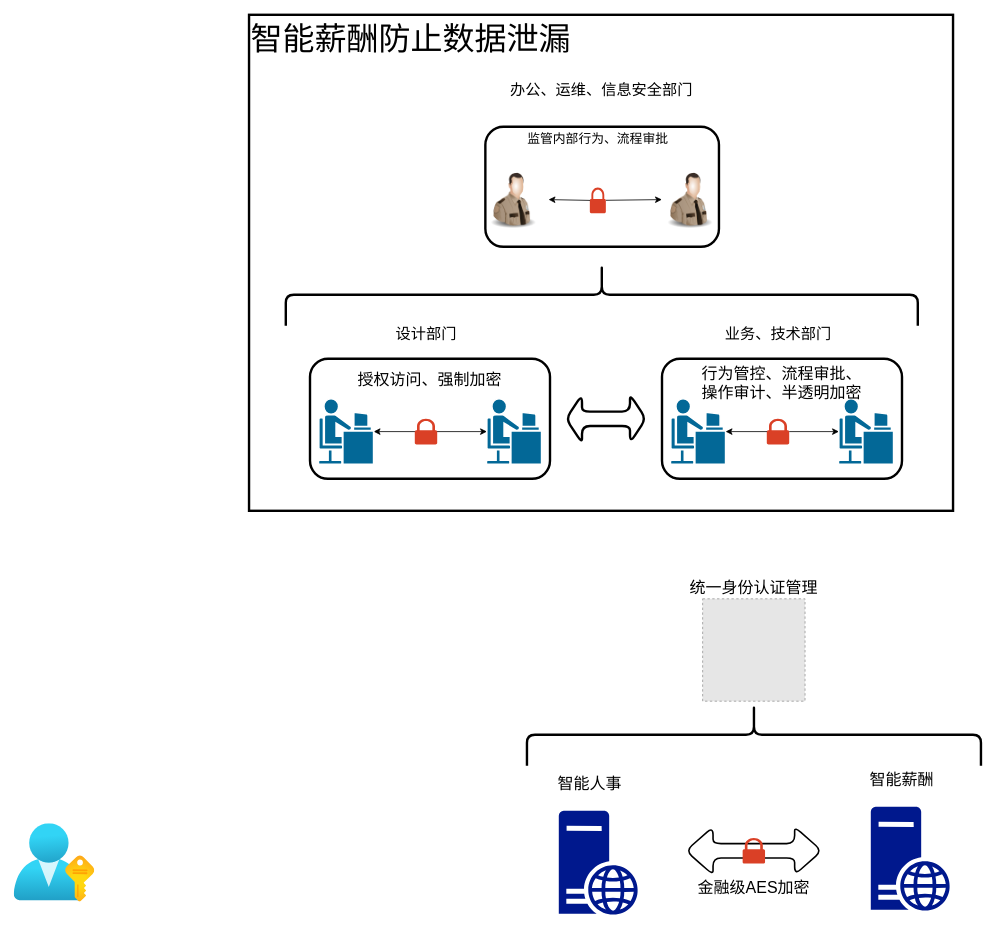
Above: page "企业内部" (1 of 2) of 数据安全防护案例.drawio in rexlin600/diagrams (draw.io), before the change. Source tidied: cells renumbered, new cells numbered last; positions are measured from the earlier drawing's top-left corner, leaving out a move shared by most shapes. Both pictures are drawn from the tidied source at 80%, with x=0, y=0 at pixel (14, -22). Pictures stored in the file or linked from it are replaced by grey dashed boxes.
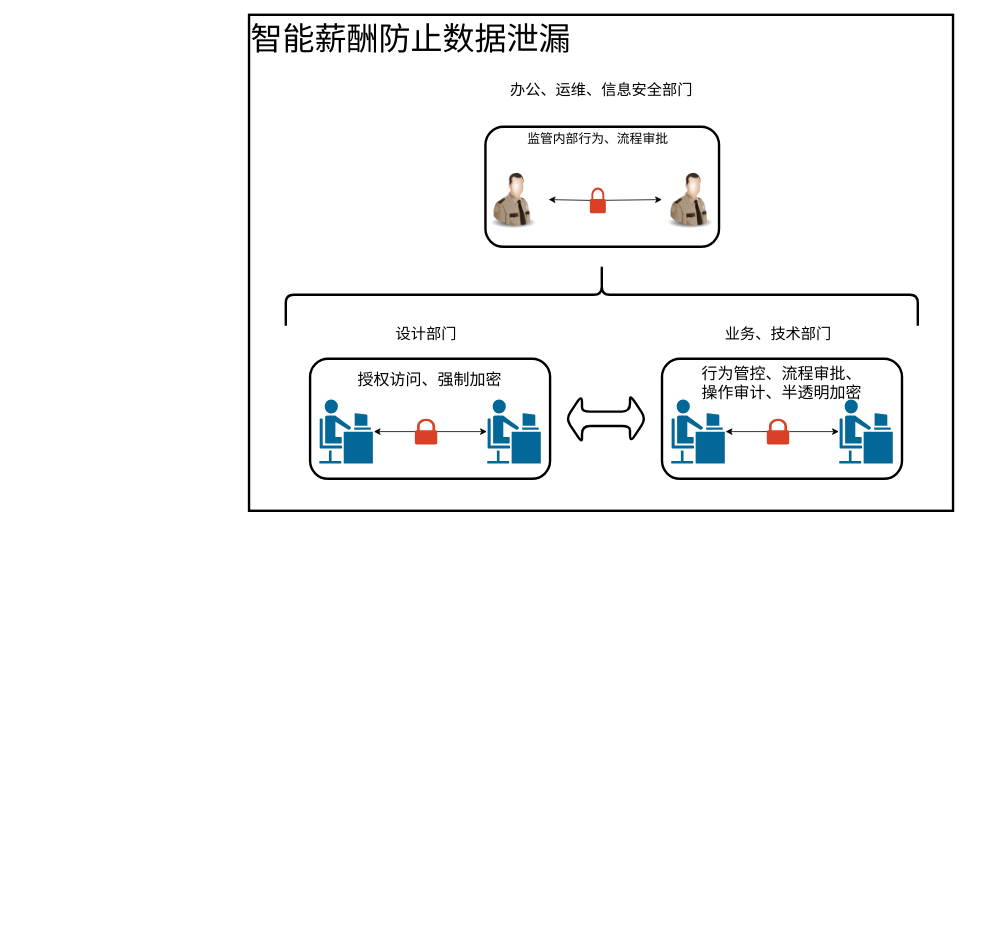
Above is the later version.

Commit message:
更新数据安全防护案例.drawio

The change refers to these unchanged cells:
```xml
<mxCell id="27" style="sketch=0;shadow=0;dashed=0;html=1;strokeColor=none;labelPosition=center;verticalLabelPosition=bottom;verticalAlign=top;outlineConnect=0;align=center;shape=mxgraph.office.security.lock_protected;fillColor=#DA4026;fontSize=16;" parent="1" vertex="1">
  <mxGeometry x="719.8" y="261" width="20" height="32" as="geometry" />
</mxCell>
```

The edit, as a diff of the source:
```diff
@@
     <mxCell id="4" style="rounded=1;whiteSpace=wrap;html=1;labelBackgroundColor=none;fontSize=40;strokeWidth=3;fillColor=none;align=left;verticalAlign=top;" parent="1" vertex="1">
-      <mxGeometry x="370" y="475" width="300" height="150" as="geometry" />
+      <mxGeometry x="370.1" y="475" width="300" height="150" as="geometry" />
     </mxCell>
@@
     <mxCell id="6" style="shape=mxgraph.cisco.people.androgenous_person;html=1;dashed=0;fillColor=#036897;strokeColor=#ffffff;strokeWidth=2;verticalLabelPosition=bottom;verticalAlign=top;align=center;outlineConnect=0;" parent="1" vertex="1">
-      <mxGeometry x="380.5" y="525" width="69" height="82" as="geometry" />
+      <mxGeometry x="380.6" y="525" width="69" height="82" as="geometry" />
     </mxCell>
@@
     <mxCell id="8" value="授权访问、强制加密" style="text;html=1;strokeColor=none;fillColor=none;align=center;verticalAlign=middle;whiteSpace=wrap;rounded=0;fontSize=20;strokeWidth=6;" parent="1" vertex="1">
-      <mxGeometry x="410" y="485" width="220" height="30" as="geometry" />
+      <mxGeometry x="410.1" y="485" width="220" height="30" as="geometry" />
     </mxCell>
     <mxCell id="9" value="&lt;font style=&quot;font-size: 19px;&quot;&gt;设计部门&lt;/font&gt;" style="text;html=1;align=center;verticalAlign=middle;strokeColor=none;fillColor=none;fontSize=19;" parent="1" vertex="1">
-      <mxGeometry x="470" y="430" width="90" height="30" as="geometry" />
+      <mxGeometry x="470.1" y="430" width="90" height="30" as="geometry" />
     </mxCell>
@@
     <mxCell id="15" style="sketch=0;shadow=0;dashed=0;html=1;strokeColor=none;labelPosition=center;verticalLabelPosition=bottom;verticalAlign=top;align=center;shape=mxgraph.office.security.lock_protected;fillColor=#DA4026;fontSize=16;" parent="1" vertex="1">
-      <mxGeometry x="501" y="550" width="28" height="32" as="geometry" />
+      <mxGeometry x="501.1" y="550" width="28" height="32" as="geometry" />
     </mxCell>
     <mxCell id="16" style="edgeStyle=none;rounded=0;orthogonalLoop=1;jettySize=auto;html=1;fontSize=40;startArrow=classic;startFill=1;" parent="1" edge="1">
       <mxGeometry relative="1" as="geometry">
-        <mxPoint x="800" y="616.5" as="targetPoint" />
+        <mxPoint x="473.8" y="471.5" as="targetPoint" />
       </mxGeometry>
     </mxCell>
     <mxCell id="17" style="edgeStyle=none;rounded=0;jettySize=auto;html=1;entryX=0.01;entryY=0.5;entryDx=0;entryDy=0;entryPerimeter=0;startArrow=none;startFill=1;" parent="1" edge="1" source="27">
       <mxGeometry relative="1" as="geometry">
-        <mxPoint x="809.9" y="276" as="targetPoint" />
+        <mxPoint x="810" y="276" as="targetPoint" />
       </mxGeometry>
     </mxCell>
@@
     <mxCell id="20" style="image;html=1;image=img/lib/clip_art/people/Security_Man_128x128.png;rounded=1;fontSize=13;fillColor=none;" parent="1" vertex="1">
-      <mxGeometry x="588.2" y="237" width="72" height="80" as="geometry" />
+      <mxGeometry x="588.3" y="237" width="72" height="80" as="geometry" />
     </mxCell>
     <mxCell id="21" style="image;html=1;image=img/lib/clip_art/people/Security_Man_128x128.png;rounded=1;fontSize=13;fillColor=none;" parent="1" vertex="1">
-      <mxGeometry x="809.2" y="237" width="72" height="80" as="geometry" />
+      <mxGeometry x="809.3" y="237" width="72" height="80" as="geometry" />
     </mxCell>
@@
     <mxCell id="23" style="edgeStyle=none;rounded=0;orthogonalLoop=1;jettySize=auto;html=1;fontSize=40;startArrow=classic;startFill=1;" parent="1" edge="1">
       <mxGeometry relative="1" as="geometry">
-        <mxPoint x="871.4" y="568" as="targetPoint" />
+        <mxPoint x="545.2" y="423" as="targetPoint" />
       </mxGeometry>
     </mxCell>
@@
     <mxCell id="28" style="edgeStyle=none;rounded=0;jettySize=auto;html=1;entryX=0.01;entryY=0.5;entryDx=0;entryDy=0;entryPerimeter=0;startArrow=classic;startFill=1;endArrow=none;" parent="1" edge="1" target="27">
       <mxGeometry relative="1" as="geometry">
-        <mxPoint x="668.2" y="276" as="sourcePoint" />
+        <mxPoint x="668.3" y="276" as="sourcePoint" />
       </mxGeometry>
     </mxCell>
     <mxCell id="29" style="rounded=1;whiteSpace=wrap;html=1;labelBackgroundColor=none;fontSize=40;strokeWidth=3;fillColor=none;align=left;verticalAlign=top;" parent="1" vertex="1">
-      <mxGeometry x="589.2" y="185" width="292" height="150" as="geometry" />
+      <mxGeometry x="589.3" y="185" width="292" height="150" as="geometry" />
     </mxCell>
-    <mxCell id="30" style="sketch=0;shadow=0;dashed=0;html=1;strokeColor=none;labelPosition=center;verticalLabelPosition=bottom;verticalAlign=top;align=center;fillColor=#00188D;shape=mxgraph.mscae.enterprise.web_server;rounded=1;labelBackgroundColor=none;fontSize=20;" parent="1" vertex="1">
-      <mxGeometry x="681" y="1040" width="98.8" height="130" as="geometry" />
-    </mxCell>
-    <mxCell id="31" value="智能人事" style="text;html=1;strokeColor=none;fillColor=none;align=center;verticalAlign=middle;whiteSpace=wrap;rounded=0;labelBackgroundColor=none;fontSize=20;" parent="1" vertex="1">
-      <mxGeometry x="659.8" y="990" width="120" height="30" as="geometry" />
-    </mxCell>
-    <mxCell id="32" style="sketch=0;shadow=0;dashed=0;html=1;strokeColor=none;labelPosition=center;verticalLabelPosition=bottom;verticalAlign=top;align=center;fillColor=#00188D;shape=mxgraph.mscae.enterprise.web_server;rounded=1;labelBackgroundColor=none;fontSize=20;" parent="1" vertex="1">
-      <mxGeometry x="1071" y="1035" width="98.8" height="130" as="geometry" />
-    </mxCell>
-    <mxCell id="33" value="智能薪酬" style="text;html=1;strokeColor=none;fillColor=none;align=center;verticalAlign=middle;whiteSpace=wrap;rounded=0;labelBackgroundColor=none;fontSize=20;" parent="1" vertex="1">
-      <mxGeometry x="1049.8" y="985" width="120" height="30" as="geometry" />
-    </mxCell>
-    <mxCell id="34" style="shape=doubleArrow;whiteSpace=wrap;html=1;rounded=1;labelBackgroundColor=none;fontSize=20;strokeWidth=2;fillColor=none;align=left;verticalAlign=top;" parent="1" vertex="1">
-      <mxGeometry x="839.8" y="1060" width="170" height="60" as="geometry" />
-    </mxCell>
-    <mxCell id="35" style="sketch=0;shadow=0;dashed=0;html=1;strokeColor=none;labelPosition=center;verticalLabelPosition=bottom;verticalAlign=top;align=center;shape=mxgraph.office.security.lock_protected;fillColor=#DA4026;fontSize=16;" parent="1" vertex="1">
-      <mxGeometry x="910.8" y="1074" width="28" height="32" as="geometry" />
-    </mxCell>
-    <mxCell id="36" value="金融级AES加密" style="text;html=1;strokeColor=none;fillColor=none;align=center;verticalAlign=middle;whiteSpace=wrap;rounded=0;labelBackgroundColor=none;fontSize=20;" parent="1" vertex="1">
-      <mxGeometry x="834.8" y="1120" width="180" height="30" as="geometry" />
-    </mxCell>
-    <mxCell id="37" style="html=1;align=center;image;fontSize=12;image=img/lib/azure2/azure_stack/User_Subscriptions.svg;rounded=1;labelBackgroundColor=none;strokeWidth=2;fillColor=none;" parent="1" vertex="1">
-      <mxGeometry y="1056" width="101" height="98" as="geometry" />
-    </mxCell>
-    <mxCell id="38" style="fillColor=#E6E6E6;strokeColor=#999999;dashed=1;html=1;verticalAlign=top;verticalLabelPosition=bottom;labelBackgroundColor=#ffffff;fontSize=20;" parent="1" vertex="1">
-      <mxGeometry x="860.8" y="775" width="128" height="128" as="geometry" />
-    </mxCell>
-    <mxCell id="39" style="shape=curlyBracket;whiteSpace=wrap;html=1;rounded=1;flipH=1;fontSize=19;fillColor=none;rotation=-90;labelBackgroundColor=none;strokeWidth=3;" parent="1" vertex="1">
-      <mxGeometry x="886.2" y="661.2" width="77.5" height="567.5" as="geometry" />
-    </mxCell>
-    <mxCell id="40" value="统一身份认证管理" style="text;html=1;strokeColor=none;fillColor=none;align=center;verticalAlign=middle;whiteSpace=wrap;rounded=0;labelBackgroundColor=none;fontSize=20;" parent="1" vertex="1">
-      <mxGeometry x="834.8" y="745" width="180" height="30" as="geometry" />
-    </mxCell>
```
